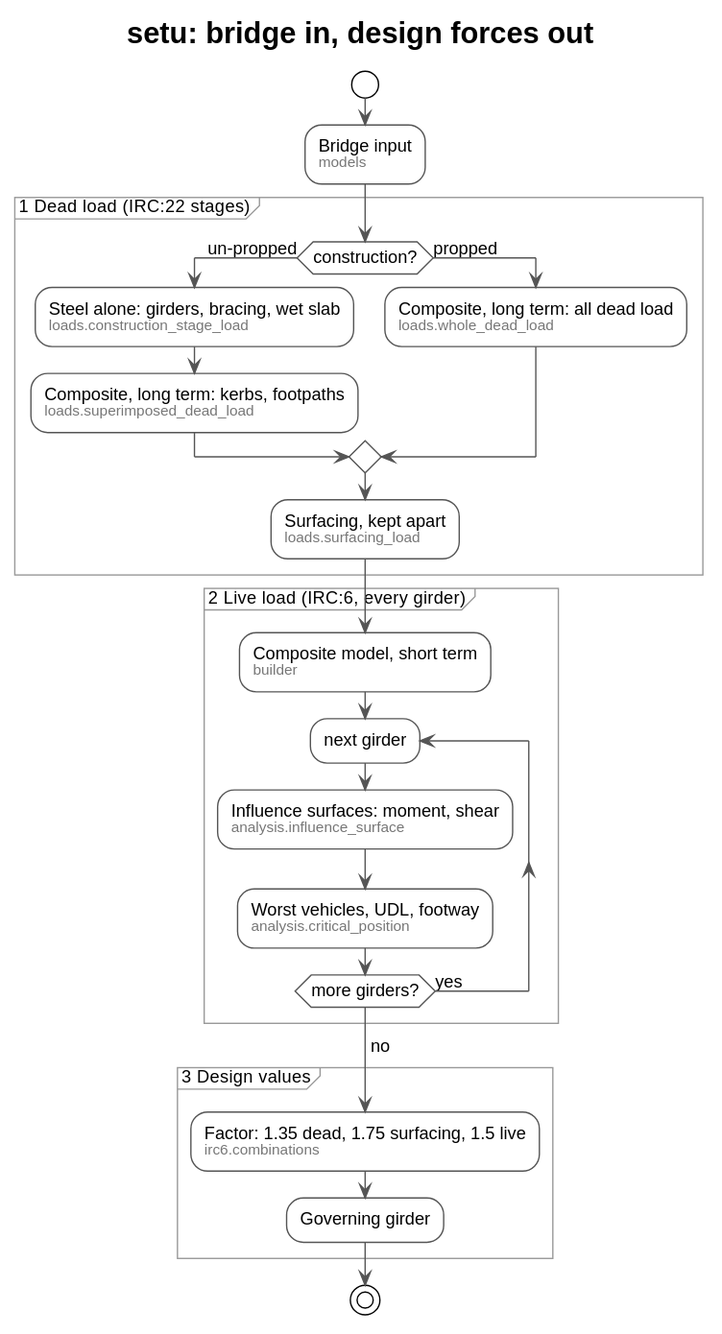
Earlier version of the PlantUML export docs/flow.svg (nishikantmandal007/setu).
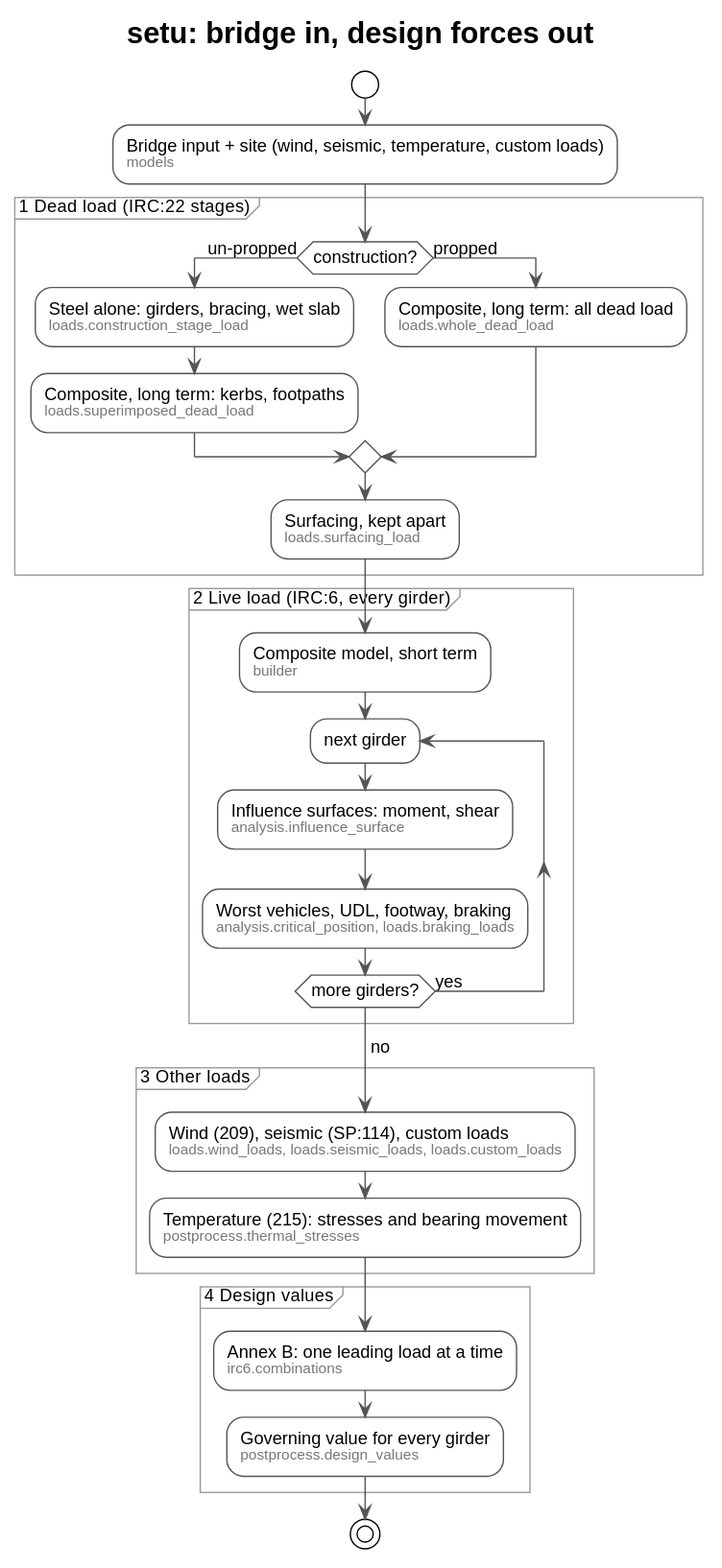
Above is the later version.

Commit message:
design values

Change to the diagram source:
```diff
@@ -9,7 +9,7 @@
 title setu: bridge in, design forces out
 
 start
-:Bridge input
+:Bridge input + site (wind, seismic, temperature, custom loads)
 <size:11><color:#777>models</color></size>;
 
 partition "1  Dead load  (IRC:22 stages)" {
@@ -32,16 +32,24 @@
   repeat :next girder;
     :Influence surfaces: moment, shear
     <size:11><color:#777>analysis.influence_surface</color></size>;
-    :Worst vehicles, UDL, footway
-    <size:11><color:#777>analysis.critical_position</color></size>;
+    :Worst vehicles, UDL, footway, braking
+    <size:11><color:#777>analysis.critical_position, loads.braking_loads</color></size>;
   repeat while (more girders?) is (yes)
   -> no;
 }
 
-partition "3  Design values" {
-  :Factor: 1.35 dead, 1.75 surfacing, 1.5 live
+partition "3  Other loads" {
+  :Wind (209), seismic (SP:114), custom loads
+  <size:11><color:#777>loads.wind_loads, loads.seismic_loads, loads.custom_loads</color></size>;
+  :Temperature (215): stresses and bearing movement
+  <size:11><color:#777>postprocess.thermal_stresses</color></size>;
+}
+
+partition "4  Design values" {
+  :Annex B: one leading load at a time
   <size:11><color:#777>irc6.combinations</color></size>;
-  :Governing girder;
+  :Governing value for every girder
+  <size:11><color:#777>postprocess.design_values</color></size>;
 }
 stop
 @enduml
```
